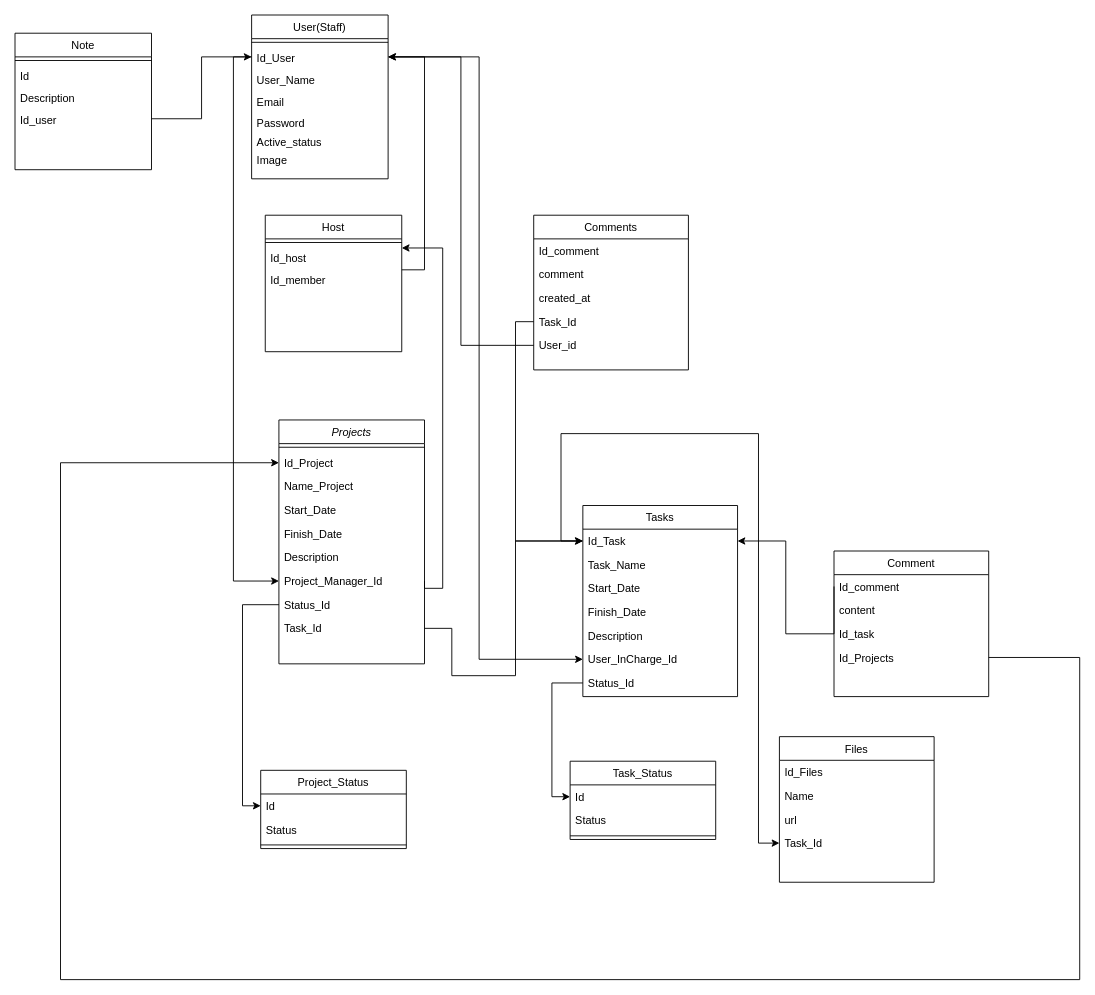
This is Database.drawio from nate-q-136/PBL3, a draw.io file, before an edit. Source tidied: cells renumbered, new cells numbered last; positions are measured from the earlier drawing's top-left corner, leaving out a move shared by most shapes. Both pictures are drawn from the tidied source at 91%, with x=0, y=0 at pixel (15, 15).
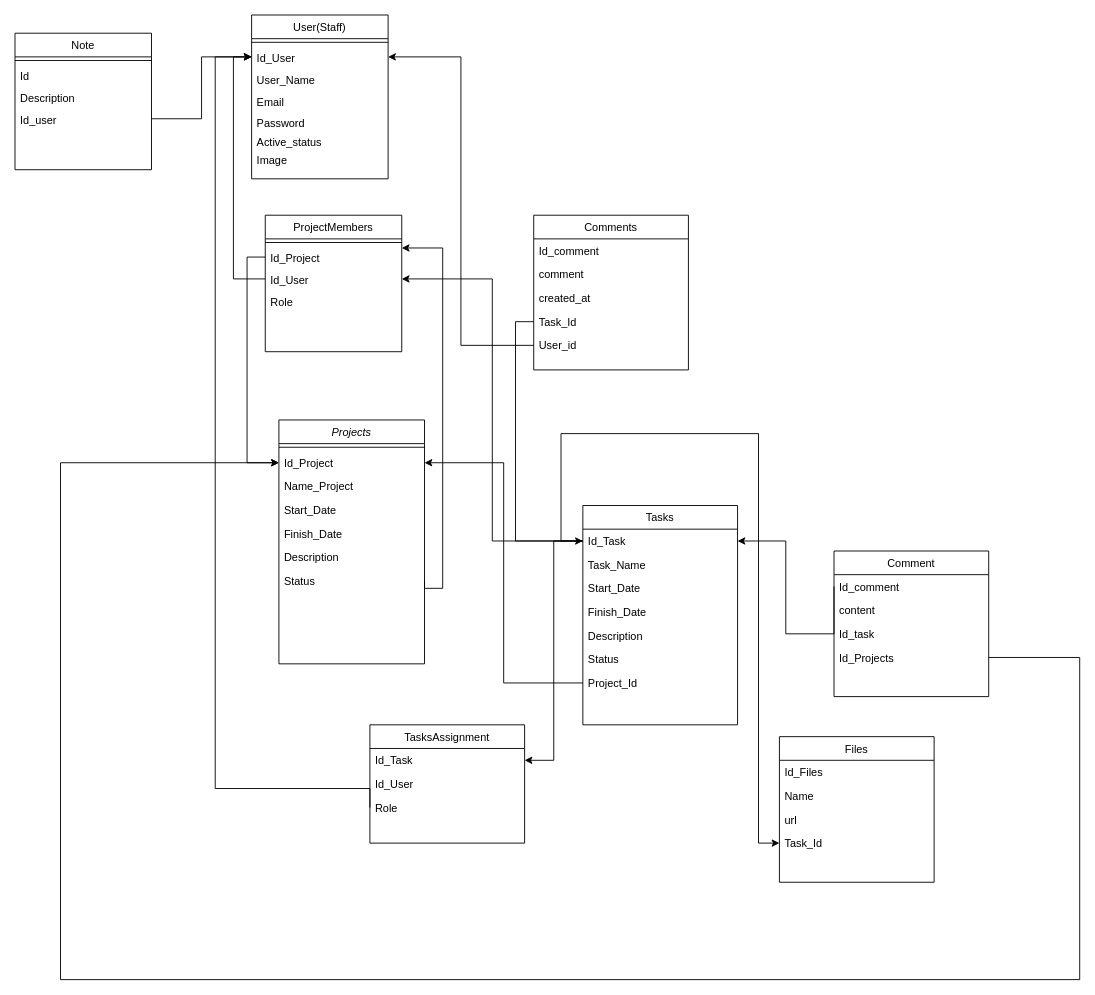
The same page after the edit.

Commit message:
Cập nhật Database.drawio

The change refers to these unchanged cells:
```xml
<mxCell id="2" value="Projects" style="swimlane;fontStyle=2;align=center;verticalAlign=top;horizontal=1;startSize=26;rounded=0;shadow=0;strokeWidth=1;" parent="1" vertex="1">
  <mxGeometry x="290" y="445" width="160" height="268" as="geometry" />
</mxCell>
<mxCell id="4" value="Id_Project&#10;" style="text;align=left;verticalAlign=top;spacingLeft=4;spacingRight=4;overflow=hidden;points=[[0,0.5],[1,0.5]];portConstraint=eastwest;" parent="2" vertex="1">
  <mxGeometry y="34" width="160" height="26" as="geometry" />
</mxCell>
<mxCell id="14" value="Id_User" style="text;align=left;verticalAlign=top;spacingLeft=4;spacingRight=4;overflow=hidden;points=[[0,0.5],[1,0.5]];portConstraint=eastwest;" parent="12" vertex="1">
  <mxGeometry y="34" width="150" height="24" as="geometry" />
</mxCell>
<mxCell id="21" value="Id_Task&#10;" style="text;align=left;verticalAlign=top;spacingLeft=4;spacingRight=4;overflow=hidden;points=[[0,0.5],[1,0.5]];portConstraint=eastwest;" parent="20" vertex="1">
  <mxGeometry y="26" width="170" height="26" as="geometry" />
</mxCell>
```

Diff of the diagram source:
```diff
@@
-    <mxCell id="9" value="Project_Manager_Id&#10;" style="text;align=left;verticalAlign=top;spacingLeft=4;spacingRight=4;overflow=hidden;points=[[0,0.5],[1,0.5]];portConstraint=eastwest;" parent="2" vertex="1">
-      <mxGeometry y="164" width="160" height="26" as="geometry" />
-    </mxCell>
-    <mxCell id="10" value="Status_Id" style="text;align=left;verticalAlign=top;spacingLeft=4;spacingRight=4;overflow=hidden;points=[[0,0.5],[1,0.5]];portConstraint=eastwest;" parent="2" vertex="1">
-      <mxGeometry y="190" width="160" height="26" as="geometry" />
+    <mxCell id="10" value="Status" style="text;align=left;verticalAlign=top;spacingLeft=4;spacingRight=4;overflow=hidden;points=[[0,0.5],[1,0.5]];portConstraint=eastwest;" parent="2" vertex="1">
+      <mxGeometry y="164" width="160" height="26" as="geometry" />
     </mxCell>
-    <mxCell id="11" value="Task_Id" style="text;align=left;verticalAlign=top;spacingLeft=4;spacingRight=4;overflow=hidden;points=[[0,0.5],[1,0.5]];portConstraint=eastwest;" parent="2" vertex="1">
-      <mxGeometry y="216" width="160" height="26" as="geometry" />
-    </mxCell>
@@
     <mxCell id="20" value="Tasks&#10;" style="swimlane;fontStyle=0;align=center;verticalAlign=top;horizontal=1;startSize=26;rounded=0;shadow=0;strokeWidth=1;" parent="1" vertex="1">
-      <mxGeometry x="624" y="539" width="170" height="210" as="geometry" />
+      <mxGeometry x="624" y="539" width="170" height="241" as="geometry" />
     </mxCell>
@@
-    <mxCell id="26" value="User_InCharge_Id" style="text;align=left;verticalAlign=top;spacingLeft=4;spacingRight=4;overflow=hidden;points=[[0,0.5],[1,0.5]];portConstraint=eastwest;rounded=0;shadow=0;html=0;" parent="20" vertex="1">
-      <mxGeometry y="156" width="170" height="26" as="geometry" />
-    </mxCell>
-    <mxCell id="27" value="Status_Id" style="text;align=left;verticalAlign=top;spacingLeft=4;spacingRight=4;overflow=hidden;points=[[0,0.5],[1,0.5]];portConstraint=eastwest;rounded=0;shadow=0;html=0;" parent="20" vertex="1">
-      <mxGeometry y="182" width="170" height="26" as="geometry" />
-    </mxCell>
-    <mxCell id="28" value="Project_Status" style="swimlane;fontStyle=0;align=center;verticalAlign=top;horizontal=1;startSize=26;rounded=0;shadow=0;strokeWidth=1;" parent="1" vertex="1">
-      <mxGeometry x="270" y="830" width="160" height="86" as="geometry" />
-    </mxCell>
-    <mxCell id="29" value="Id" style="text;align=left;verticalAlign=top;spacingLeft=4;spacingRight=4;overflow=hidden;points=[[0,0.5],[1,0.5]];portConstraint=eastwest;" parent="28" vertex="1">
-      <mxGeometry y="26" width="160" height="26" as="geometry" />
-    </mxCell>
-    <mxCell id="30" value="Status" style="text;align=left;verticalAlign=top;spacingLeft=4;spacingRight=4;overflow=hidden;rounded=0;shadow=0;html=0;" parent="28" vertex="1">
-      <mxGeometry y="52" width="160" height="26" as="geometry" />
-    </mxCell>
-    <mxCell id="31" style="line;html=1;strokeWidth=1;align=left;verticalAlign=middle;spacingTop=-1;spacingLeft=3;spacingRight=3;labelPosition=right;" parent="28" vertex="1">
-      <mxGeometry y="78" width="160" height="8" as="geometry" />
-    </mxCell>
-    <mxCell id="32" value="Task_Status" style="swimlane;fontStyle=0;align=center;verticalAlign=top;horizontal=1;startSize=26;rounded=0;shadow=0;strokeWidth=1;" parent="1" vertex="1">
-      <mxGeometry x="610" y="820" width="160" height="86" as="geometry" />
-    </mxCell>
-    <mxCell id="33" value="Id" style="text;align=left;verticalAlign=top;spacingLeft=4;spacingRight=4;overflow=hidden;points=[[0,0.5],[1,0.5]];portConstraint=eastwest;" parent="32" vertex="1">
-      <mxGeometry y="26" width="160" height="26" as="geometry" />
-    </mxCell>
-    <mxCell id="34" value="Status" style="text;align=left;verticalAlign=top;spacingLeft=4;spacingRight=4;overflow=hidden;rounded=0;shadow=0;html=0;" parent="32" vertex="1">
-      <mxGeometry y="52" width="160" height="26" as="geometry" />
-    </mxCell>
-    <mxCell id="35" style="line;html=1;strokeWidth=1;align=left;verticalAlign=middle;spacingTop=-1;spacingLeft=3;spacingRight=3;labelPosition=right;" parent="32" vertex="1">
-      <mxGeometry y="78" width="160" height="8" as="geometry" />
-    </mxCell>
-    <mxCell id="36" style="edgeStyle=orthogonalEdgeStyle;rounded=0;jettySize=auto;html=1;exitX=0;exitY=0.5;exitDx=0;exitDy=0;entryX=0;entryY=0.5;entryDx=0;entryDy=0;" parent="1" edge="1" source="14" target="9">
-      <mxGeometry relative="1" as="geometry" />
-    </mxCell>
-    <mxCell id="37" style="edgeStyle=orthogonalEdgeStyle;rounded=0;jettySize=auto;html=1;exitX=1;exitY=0.5;exitDx=0;exitDy=0;" parent="1" edge="1" source="14" target="26">
-      <mxGeometry relative="1" as="geometry">
-        <Array as="points">
-          <mxPoint x="510" y="46" />
-          <mxPoint x="510" y="708" />
-        </Array>
-      </mxGeometry>
-    </mxCell>
-    <mxCell id="38" style="edgeStyle=orthogonalEdgeStyle;rounded=0;jettySize=auto;html=1;exitX=0;exitY=0.5;exitDx=0;exitDy=0;entryX=0;entryY=0.5;entryDx=0;entryDy=0;" parent="1" edge="1" source="27" target="33">
-      <mxGeometry relative="1" as="geometry" />
-    </mxCell>
-    <mxCell id="39" style="edgeStyle=orthogonalEdgeStyle;rounded=0;jettySize=auto;html=1;exitX=0;exitY=0.5;exitDx=0;exitDy=0;entryX=0;entryY=0.5;entryDx=0;entryDy=0;" parent="1" edge="1" source="10" target="29">
-      <mxGeometry relative="1" as="geometry" />
-    </mxCell>
-    <mxCell id="40" style="edgeStyle=orthogonalEdgeStyle;rounded=0;jettySize=auto;html=1;exitX=1;exitY=0.5;exitDx=0;exitDy=0;entryX=0;entryY=0.5;entryDx=0;entryDy=0;" parent="1" edge="1" source="11" target="21">
-      <mxGeometry relative="1" as="geometry">
-        <Array as="points">
-          <mxPoint x="480" y="726" />
-          <mxPoint x="550" y="726" />
-          <mxPoint x="550" y="578" />
-        </Array>
-      </mxGeometry>
-    </mxCell>
+    <mxCell id="74" value="Status" style="text;align=left;verticalAlign=top;spacingLeft=4;spacingRight=4;overflow=hidden;" parent="20" vertex="1">
+      <mxGeometry y="156" width="170" height="26" as="geometry" />
+    </mxCell>
+    <mxCell id="75" value="Project_Id" style="text;align=left;verticalAlign=top;spacingLeft=4;spacingRight=4;overflow=hidden;points=[[0,0.5],[1,0.5]];portConstraint=eastwest;rounded=0;shadow=0;html=0;" parent="20" vertex="1">
+      <mxGeometry y="182" width="170" height="26" as="geometry" />
+    </mxCell>
@@
-    <mxCell id="68" style="edgeStyle=orthogonalEdgeStyle;rounded=0;jettySize=auto;html=1;entryX=1;entryY=0.5;entryDx=0;entryDy=0;" parent="1" edge="1" source="69" target="14">
-      <mxGeometry relative="1" as="geometry">
-        <Array as="points">
-          <mxPoint x="450" y="280" />
-          <mxPoint x="450" y="46" />
-        </Array>
-      </mxGeometry>
-    </mxCell>
-    <mxCell id="69" value="Host" style="swimlane;fontStyle=0;align=center;verticalAlign=top;horizontal=1;startSize=26;rounded=0;shadow=0;strokeWidth=1;" parent="1" vertex="1">
+    <mxCell id="69" value="ProjectMembers" style="swimlane;fontStyle=0;align=center;verticalAlign=top;horizontal=1;startSize=26;rounded=0;shadow=0;strokeWidth=1;" parent="1" vertex="1">
       <mxGeometry x="275" y="220" width="150" height="150" as="geometry" />
     </mxCell>
@@
-    <mxCell id="71" value="Id_host" style="text;align=left;verticalAlign=top;spacingLeft=4;spacingRight=4;overflow=hidden;points=[[0,0.5],[1,0.5]];portConstraint=eastwest;" parent="69" vertex="1">
+    <mxCell id="71" value="Id_Project" style="text;align=left;verticalAlign=top;spacingLeft=4;spacingRight=4;overflow=hidden;points=[[0,0.5],[1,0.5]];portConstraint=eastwest;" parent="69" vertex="1">
       <mxGeometry y="34" width="150" height="24" as="geometry" />
     </mxCell>
-    <mxCell id="72" value="Id_member" style="text;align=left;verticalAlign=top;spacingLeft=4;spacingRight=4;overflow=hidden;points=[[0,0.5],[1,0.5]];portConstraint=eastwest;" parent="69" vertex="1">
+    <mxCell id="72" value="Id_User" style="text;align=left;verticalAlign=top;spacingLeft=4;spacingRight=4;overflow=hidden;points=[[0,0.5],[1,0.5]];portConstraint=eastwest;" parent="69" vertex="1">
       <mxGeometry y="58" width="150" height="24" as="geometry" />
     </mxCell>
+    <mxCell id="76" value="Role" style="text;align=left;verticalAlign=top;spacingLeft=4;spacingRight=4;overflow=hidden;" parent="69" vertex="1">
+      <mxGeometry y="82" width="150" height="24" as="geometry" />
+    </mxCell>
-    <mxCell id="73" style="edgeStyle=orthogonalEdgeStyle;rounded=0;jettySize=auto;html=1;exitX=1;exitY=0.5;exitDx=0;exitDy=0;" parent="1" edge="1" source="9" target="71">
+    <mxCell id="73" style="edgeStyle=orthogonalEdgeStyle;rounded=0;jettySize=auto;html=1;exitX=1;exitY=0.5;exitDx=0;exitDy=0;" parent="1" edge="1" target="71">
       <mxGeometry relative="1" as="geometry">
+        <mxPoint x="450" y="622" as="sourcePoint" />
         <Array as="points">
           <mxPoint x="450" y="630" />
           <mxPoint x="470" y="630" />
           <mxPoint x="470" y="256" />
         </Array>
       </mxGeometry>
     </mxCell>
+    <mxCell id="77" style="edgeStyle=orthogonalEdgeStyle;rounded=0;jettySize=auto;html=1;exitX=0;exitY=0.5;exitDx=0;exitDy=0;" parent="1" edge="1" source="75" target="4">
+      <mxGeometry relative="1" as="geometry" />
+    </mxCell>
+    <mxCell id="78" style="edgeStyle=orthogonalEdgeStyle;rounded=0;jettySize=auto;html=1;exitX=0;exitY=0.5;exitDx=0;exitDy=0;" parent="1" edge="1" source="71" target="4">
+      <mxGeometry relative="1" as="geometry" />
+    </mxCell>
+    <mxCell id="79" style="edgeStyle=orthogonalEdgeStyle;rounded=0;jettySize=auto;html=1;exitX=0;exitY=0.5;exitDx=0;exitDy=0;entryX=0;entryY=0.5;entryDx=0;entryDy=0;" parent="1" edge="1" source="72" target="14">
+      <mxGeometry relative="1" as="geometry" />
+    </mxCell>
+    <mxCell id="80" style="edgeStyle=orthogonalEdgeStyle;rounded=0;jettySize=auto;html=1;exitX=0;exitY=0.5;exitDx=0;exitDy=0;" parent="1" edge="1" source="21" target="72">
+      <mxGeometry relative="1" as="geometry" />
+    </mxCell>
+    <mxCell id="81" value="TasksAssignment" style="swimlane;fontStyle=0;align=center;verticalAlign=top;horizontal=1;startSize=26;rounded=0;shadow=0;strokeWidth=1;" parent="1" vertex="1">
+      <mxGeometry x="390" y="780" width="170" height="130" as="geometry" />
+    </mxCell>
+    <mxCell id="82" value="Id_Task&#10;" style="text;align=left;verticalAlign=top;spacingLeft=4;spacingRight=4;overflow=hidden;points=[[0,0.5],[1,0.5]];portConstraint=eastwest;" parent="81" vertex="1">
+      <mxGeometry y="26" width="170" height="26" as="geometry" />
+    </mxCell>
+    <mxCell id="83" value="Id_User" style="text;align=left;verticalAlign=top;spacingLeft=4;spacingRight=4;overflow=hidden;" parent="81" vertex="1">
+      <mxGeometry y="52" width="170" height="26" as="geometry" />
+    </mxCell>
+    <mxCell id="84" value="Role" style="text;align=left;verticalAlign=top;spacingLeft=4;spacingRight=4;overflow=hidden;points=[[0,0.5],[1,0.5]];portConstraint=eastwest;" parent="81" vertex="1">
+      <mxGeometry y="78" width="170" height="26" as="geometry" />
+    </mxCell>
+    <mxCell id="85" style="edgeStyle=orthogonalEdgeStyle;rounded=0;jettySize=auto;html=1;exitX=0;exitY=0.5;exitDx=0;exitDy=0;" parent="1" edge="1" source="21" target="82">
+      <mxGeometry relative="1" as="geometry" />
+    </mxCell>
+    <mxCell id="86" style="edgeStyle=orthogonalEdgeStyle;rounded=0;jettySize=auto;html=1;exitX=0;exitY=0.5;exitDx=0;exitDy=0;entryX=0;entryY=0.5;entryDx=0;entryDy=0;" parent="1" edge="1" source="84" target="14">
+      <mxGeometry relative="1" as="geometry">
+        <Array as="points">
+          <mxPoint x="390" y="850" />
+          <mxPoint x="220" y="850" />
+          <mxPoint x="220" y="46" />
+        </Array>
+      </mxGeometry>
+    </mxCell>
```
